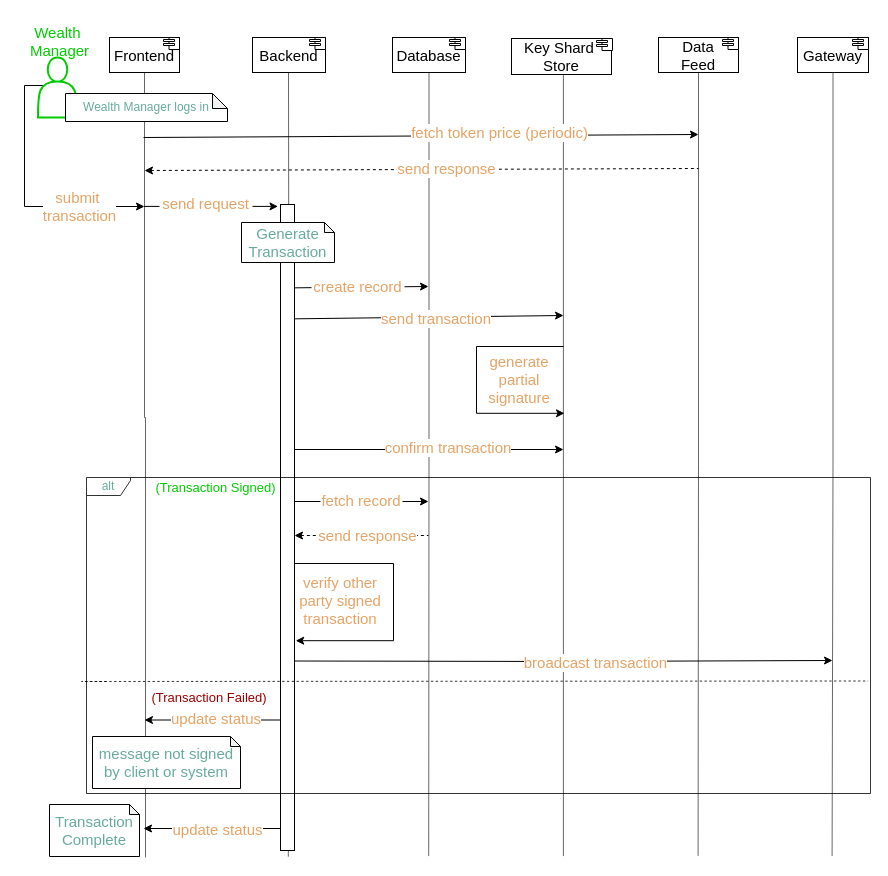
dlt-science/crypto-mpc-wallet-bloom keeps this draw.io diagram as page "txn" (1 of 13) of drawio-diagrams/wallet_architecture.drawio. Above is the earlier version. Source tidied: cells renumbered, new cells numbered last; positions are measured from the earlier drawing's top-left corner, leaving out a move shared by most shapes. Both pictures are drawn from the tidied source at 100%, with x=0, y=0 at pixel (20, 17).
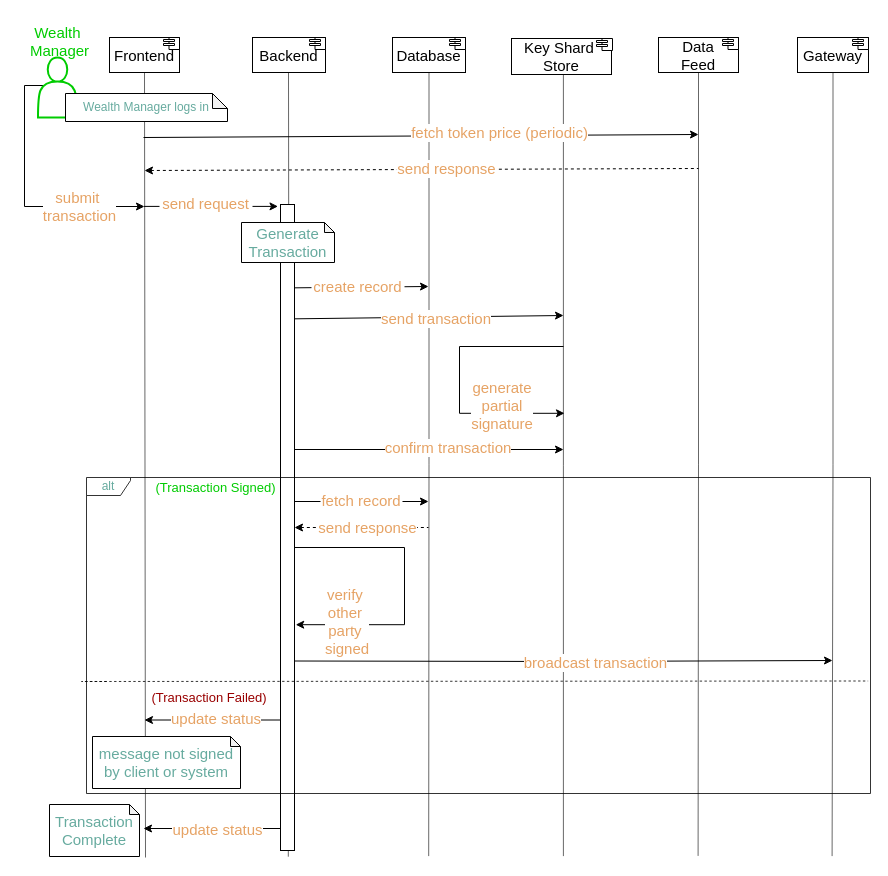
The same page after the edit.

Unchanged cells that the change refers to:
```xml
<mxCell id="7" value="&lt;font style=&quot;font-size: 15px;&quot;&gt;Frontend&lt;/font&gt;" style="rounded=0;whiteSpace=wrap;html=1;" parent="1" vertex="1">
  <mxGeometry x="89" y="20" width="70" height="35" as="geometry" />
</mxCell>
```

The edit, as a diff of the source:
```diff
@@
     <mxCell id="6" style="edgeStyle=orthogonalEdgeStyle;rounded=0;jettySize=auto;html=1;endArrow=none;endFill=0;strokeWidth=0.6;exitX=0.5;exitY=1;exitDx=0;exitDy=0;" parent="1" edge="1" source="7">
       <mxGeometry relative="1" as="geometry">
         <mxPoint x="125" y="840" as="targetPoint" />
         <Array as="points">
-          <mxPoint x="124" y="400" />
-          <mxPoint x="125" y="400" />
+          <mxPoint x="124" y="840" />
         </Array>
       </mxGeometry>
     </mxCell>
@@
     <mxCell id="26" style="edgeStyle=orthogonalEdgeStyle;rounded=0;orthogonalLoop=1;jettySize=auto;html=1;entryX=0.008;entryY=0.857;entryDx=0;entryDy=0;entryPerimeter=0;strokeColor=#000000;" parent="1" edge="1">
       <mxGeometry relative="1" as="geometry">
         <mxPoint x="543" y="329" as="sourcePoint" />
         <mxPoint x="544" y="395.8" as="targetPoint" />
         <Array as="points">
-          <mxPoint x="543" y="329" />
-          <mxPoint x="456" y="329" />
-          <mxPoint x="456" y="396" />
+          <mxPoint x="439" y="329" />
+          <mxPoint x="439" y="396" />
         </Array>
       </mxGeometry>
     </mxCell>
     <mxCell id="27" value="&lt;font color=&quot;#e6a365&quot; style=&quot;font-size: 15px;&quot;&gt;generate&lt;/font&gt;&lt;div style=&quot;font-size: 15px;&quot;&gt;&lt;font color=&quot;#e6a365&quot; style=&quot;font-size: 15px;&quot;&gt;partial&lt;/font&gt;&lt;/div&gt;&lt;div style=&quot;font-size: 15px;&quot;&gt;&lt;font color=&quot;#e6a365&quot; style=&quot;font-size: 15px;&quot;&gt;signature&lt;/font&gt;&lt;/div&gt;" style="text;html=1;align=center;verticalAlign=middle;whiteSpace=wrap;rounded=0;labelBackgroundColor=default;" parent="1" vertex="1">
-      <mxGeometry x="446" y="347" width="106" height="30" as="geometry" />
+      <mxGeometry x="429" y="373" width="106" height="30" as="geometry" />
     </mxCell>
@@
     <mxCell id="30" style="endArrow=none;html=1;rounded=0;exitX=1.023;exitY=0.129;exitDx=0;exitDy=0;exitPerimeter=0;startArrow=classic;startFill=1;endFill=0;dashed=1;strokeColor=#000000;" parent="1" edge="1">
       <mxGeometry relative="1" as="geometry">
-        <mxPoint x="274" y="518" as="sourcePoint" />
-        <mxPoint x="408" y="518" as="targetPoint" />
+        <mxPoint x="274" y="510" as="sourcePoint" />
+        <mxPoint x="408" y="510" as="targetPoint" />
       </mxGeometry>
     </mxCell>
@@
     <mxCell id="32" style="edgeStyle=orthogonalEdgeStyle;rounded=0;orthogonalLoop=1;jettySize=auto;html=1;entryX=1.089;entryY=0.667;entryDx=0;entryDy=0;entryPerimeter=0;strokeColor=#000000;" parent="1" edge="1">
       <mxGeometry relative="1" as="geometry">
-        <mxPoint x="274" y="546" as="sourcePoint" />
-        <mxPoint x="275.2" y="623.2" as="targetPoint" />
+        <mxPoint x="274" y="530" as="sourcePoint" />
+        <mxPoint x="275.2" y="607.2" as="targetPoint" />
         <Array as="points">
-          <mxPoint x="373" y="546" />
-          <mxPoint x="373" y="623" />
+          <mxPoint x="384" y="530" />
+          <mxPoint x="384" y="607" />
         </Array>
       </mxGeometry>
     </mxCell>
-    <mxCell id="33" value="&lt;font color=&quot;#e6a365&quot; style=&quot;font-size: 15px;&quot;&gt;verify other party signed transaction&lt;/font&gt;" style="text;html=1;align=center;verticalAlign=middle;whiteSpace=wrap;rounded=0;" parent="1" vertex="1">
-      <mxGeometry x="267" y="568" width="106" height="30" as="geometry" />
+    <mxCell id="33" value="&lt;font style=&quot;font-size: 15px;&quot; color=&quot;#e6a365&quot;&gt;verify&amp;nbsp;&lt;/font&gt;&lt;div&gt;&lt;font style=&quot;font-size: 15px;&quot; color=&quot;#e6a365&quot;&gt;other&amp;nbsp;&lt;/font&gt;&lt;/div&gt;&lt;div&gt;&lt;font style=&quot;font-size: 15px;&quot; color=&quot;#e6a365&quot;&gt;party&amp;nbsp;&lt;/font&gt;&lt;/div&gt;&lt;div&gt;&lt;font style=&quot;font-size: 15px;&quot; color=&quot;#e6a365&quot;&gt;signed&lt;/font&gt;&lt;/div&gt;" style="text;html=1;align=center;verticalAlign=middle;whiteSpace=wrap;rounded=0;labelBackgroundColor=default;" parent="1" vertex="1">
+      <mxGeometry x="274" y="589" width="106" height="30" as="geometry" />
     </mxCell>
```
